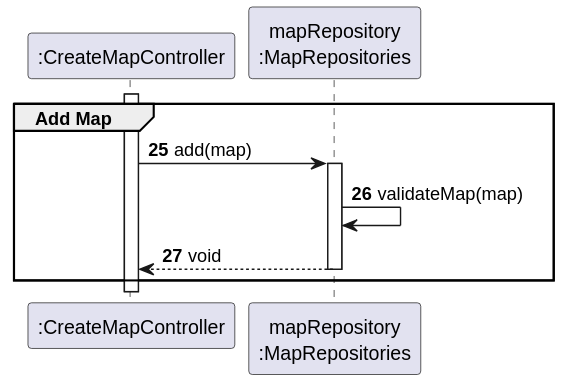
Before: docs/sprint3/us001/03.design/svg/us001-sd-partial-add-map.svg, a diagram exported from PlantUML (ivasduarte/all-aboard). Its diagram source:
```plantuml
@startuml
participant ":CreateMapController" as ctrl
participant "mapRepository\n:MapRepositories" as repo

autonumber 25

activate ctrl
group Add Map
    ctrl -> repo : add(map)
    activate repo

    repo -> repo : validateMap(map)
    repo --> ctrl : void
    deactivate repo
end
@enduml
```
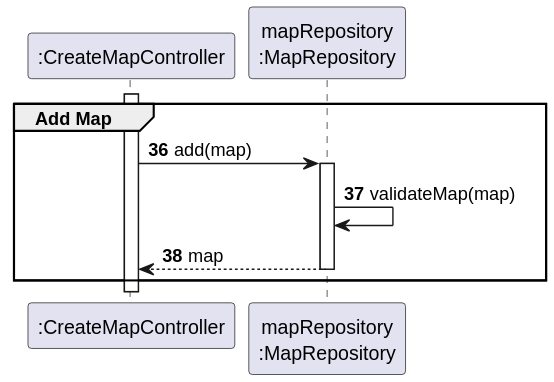
After the change.

Change to the diagram source:
```diff
@@ -1,16 +1,17 @@
 @startuml
+autonumber 36
+
 participant ":CreateMapController" as ctrl
-participant "mapRepository\n:MapRepositories" as repo
-
-autonumber 25
+participant "mapRepository\n:MapRepository" as repo
 
 activate ctrl
+
 group Add Map
     ctrl -> repo : add(map)
     activate repo
 
     repo -> repo : validateMap(map)
-    repo --> ctrl : void
+    repo --> ctrl : map
     deactivate repo
 end
 @enduml
```
